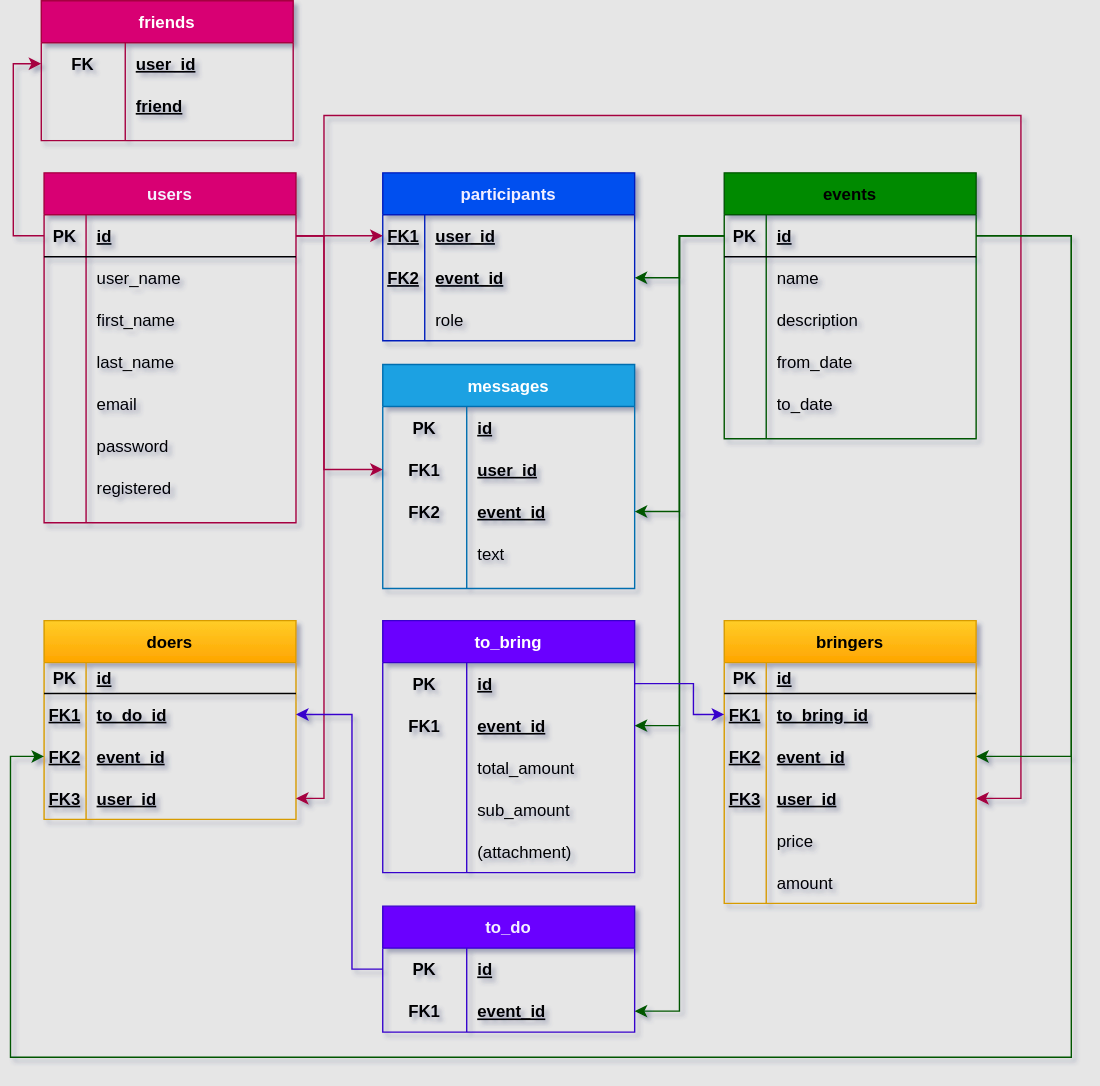
Above: uml_db_plan_c.svg in kispamach/turtle-event (draw.io), before the change. Source tidied: cells renumbered, new cells last; positions are measured from the earlier drawing's top-left corner, leaving out a move shared by most shapes.
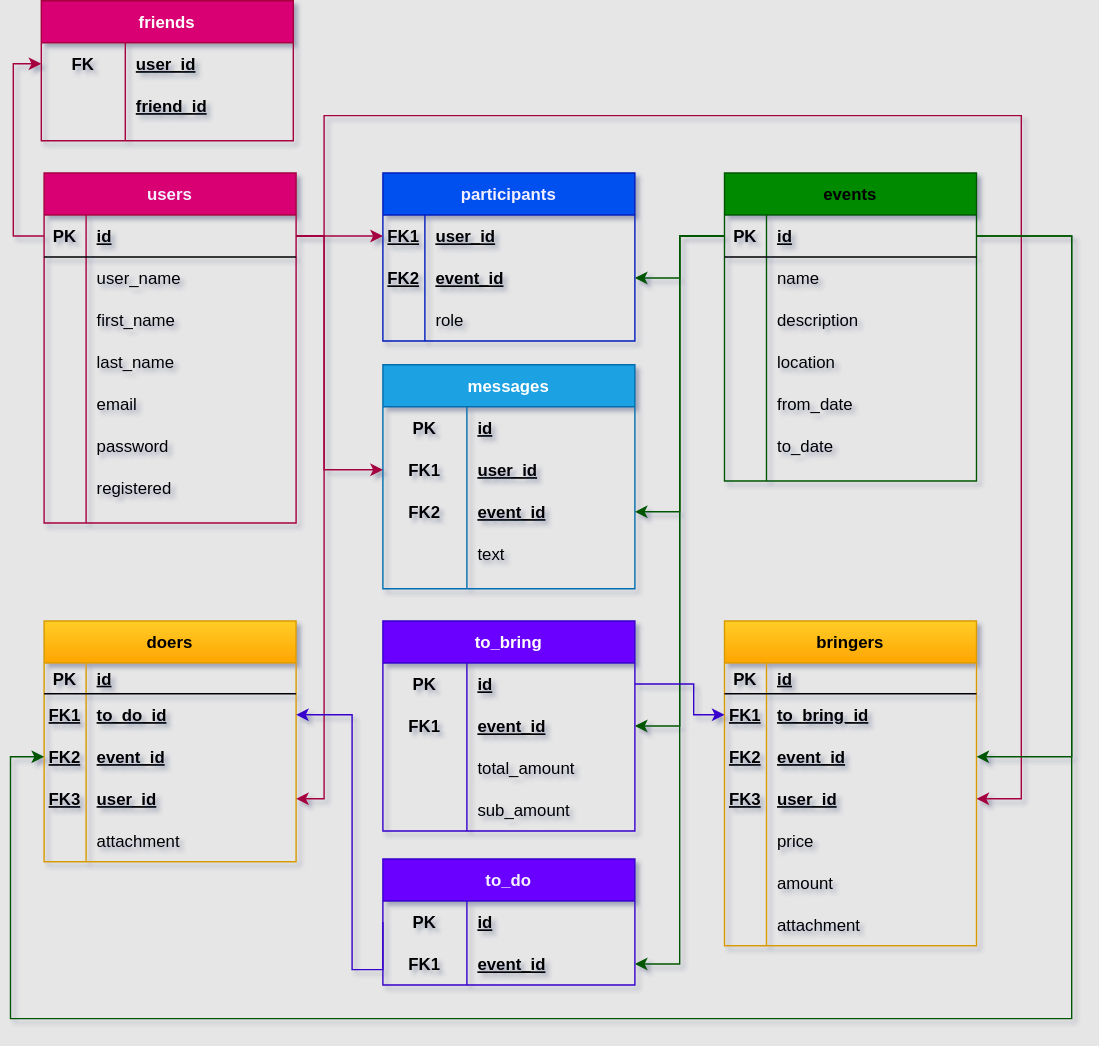
The same diagram one commit later.

The edit, as a diff of the source:
```diff
@@ -99,7 +99,7 @@
       <mxGeometry x="30" width="150" height="30" as="geometry" />
     </mxCell>
     <mxCell id="34" value="events" style="shape=table;startSize=30;rowLines=0;fontStyle=1;align=center;fillColor=#008a00;strokeColor=#005700;fontColor=#000000;" parent="1" vertex="1">
-      <mxGeometry x="510" y="123" width="180" height="190" as="geometry" />
+      <mxGeometry x="510" y="123" width="180" height="220" as="geometry" />
     </mxCell>
     <mxCell id="35" style="shape=partialRectangle;fillColor=none;top=0;left=0;bottom=1;right=0;points=[[0,0.5],[1,0.5]];portConstraint=eastwest;fontColor=#000000;" parent="34" vertex="1">
       <mxGeometry y="30" width="180" height="30" as="geometry" />
@@ -128,8 +128,17 @@
     <mxCell id="43" value="description" style="shape=partialRectangle;fillColor=none;top=0;left=0;bottom=0;right=0;align=left;spacingLeft=6;overflow=hidden;fontColor=#000000;" parent="41" vertex="1">
       <mxGeometry x="30" width="150" height="30" as="geometry" />
     </mxCell>
+    <mxCell id="138" style="shape=partialRectangle;fillColor=none;top=0;left=0;bottom=0;right=0;fontColor=#000000;" parent="34" vertex="1">
+      <mxGeometry y="120" width="180" height="30" as="geometry" />
+    </mxCell>
+    <mxCell id="139" style="shape=partialRectangle;fillColor=none;top=0;left=0;bottom=0;right=0;overflow=hidden;fontColor=#000000;" parent="138" vertex="1">
+      <mxGeometry width="30" height="30" as="geometry" />
+    </mxCell>
+    <mxCell id="140" value="location" style="shape=partialRectangle;fillColor=none;top=0;left=0;bottom=0;right=0;align=left;spacingLeft=6;overflow=hidden;fontColor=#000000;" parent="138" vertex="1">
+      <mxGeometry x="30" width="150" height="30" as="geometry" />
+    </mxCell>
     <mxCell id="44" style="shape=partialRectangle;fillColor=none;top=0;left=0;bottom=0;right=0;fontColor=#000000;" parent="34" vertex="1">
-      <mxGeometry y="120" width="180" height="30" as="geometry" />
+      <mxGeometry y="150" width="180" height="30" as="geometry" />
     </mxCell>
     <mxCell id="45" style="shape=partialRectangle;fillColor=none;top=0;left=0;bottom=0;right=0;overflow=hidden;fontColor=#000000;" parent="44" vertex="1">
       <mxGeometry width="30" height="30" as="geometry" />
@@ -138,7 +147,7 @@
       <mxGeometry x="30" width="150" height="30" as="geometry" />
     </mxCell>
     <mxCell id="47" style="shape=partialRectangle;fillColor=none;top=0;left=0;bottom=0;right=0;fontColor=#000000;" parent="34" vertex="1">
-      <mxGeometry y="150" width="180" height="30" as="geometry" />
+      <mxGeometry y="180" width="180" height="30" as="geometry" />
     </mxCell>
     <mxCell id="48" style="shape=partialRectangle;fillColor=none;top=0;left=0;bottom=0;right=0;overflow=hidden;fontColor=#000000;" parent="47" vertex="1">
       <mxGeometry width="30" height="30" as="geometry" />
@@ -186,7 +195,7 @@
       <mxGeometry x="60" width="120" height="30" as="geometry" />
     </mxCell>
     <mxCell id="63" value="bringers" style="shape=table;startSize=30;rowLines=0;fontStyle=1;align=center;gradientColor=#ffa500;fillColor=#ffcd28;strokeColor=#d79b00;fontColor=#000000;" parent="1" vertex="1">
-      <mxGeometry x="510" y="443" width="180" height="202" as="geometry" />
+      <mxGeometry x="510" y="443" width="180" height="232" as="geometry" />
     </mxCell>
     <mxCell id="64" style="shape=partialRectangle;fillColor=none;top=0;left=0;bottom=1;right=0;fontColor=#000000;" parent="63" vertex="1">
       <mxGeometry y="30" width="180" height="22" as="geometry" />
@@ -242,8 +251,17 @@
     <mxCell id="81" value="amount" style="shape=partialRectangle;fillColor=none;top=0;left=0;bottom=0;right=0;align=left;spacingLeft=6;overflow=hidden;fontColor=#000000;" parent="79" vertex="1">
       <mxGeometry x="30" width="150" height="30" as="geometry" />
     </mxCell>
+    <mxCell id="141" style="shape=partialRectangle;fillColor=none;top=0;left=0;bottom=0;right=0;fontColor=#000000;" parent="63" vertex="1">
+      <mxGeometry y="202" width="180" height="30" as="geometry" />
+    </mxCell>
+    <mxCell id="142" style="shape=partialRectangle;fillColor=none;top=0;left=0;bottom=0;right=0;overflow=hidden;fontColor=#000000;" parent="141" vertex="1">
+      <mxGeometry width="30" height="30" as="geometry" />
+    </mxCell>
+    <mxCell id="143" value="attachment" style="shape=partialRectangle;fillColor=none;top=0;left=0;bottom=0;right=0;align=left;spacingLeft=6;overflow=hidden;fontColor=#000000;" parent="141" vertex="1">
+      <mxGeometry x="30" width="150" height="30" as="geometry" />
+    </mxCell>
     <mxCell id="82" value="to_bring" style="shape=table;startSize=30;rowLines=0;fontStyle=1;align=center;fillColor=#6a00ff;strokeColor=#3700CC;fontColor=#ffffff;" parent="1" vertex="1">
-      <mxGeometry x="266" y="443" width="180" height="180" as="geometry" />
+      <mxGeometry x="266" y="443" width="180" height="150" as="geometry" />
     </mxCell>
     <mxCell id="83" style="shape=partialRectangle;fillColor=none;top=0;left=0;bottom=0;right=0;points=[[0,0.5],[1,0.5]];portConstraint=eastwest;fontColor=#000000;" parent="82" vertex="1">
       <mxGeometry y="30" width="180" height="30" as="geometry" />
@@ -281,15 +299,6 @@
     <mxCell id="94" value="sub_amount" style="shape=partialRectangle;fillColor=none;top=0;left=0;bottom=0;right=0;align=left;spacingLeft=6;fontStyle=0;overflow=hidden;fontColor=#000000;" parent="92" vertex="1">
       <mxGeometry x="60" width="120" height="30" as="geometry" />
     </mxCell>
-    <mxCell id="95" style="shape=partialRectangle;fillColor=none;top=0;left=0;bottom=0;right=0;fontColor=#000000;" parent="82" vertex="1">
-      <mxGeometry y="150" width="180" height="30" as="geometry" />
-    </mxCell>
-    <mxCell id="96" style="shape=partialRectangle;fillColor=none;top=0;left=0;bottom=0;right=0;fontStyle=1;overflow=hidden;fontColor=#000000;" parent="95" vertex="1">
-      <mxGeometry width="60" height="30" as="geometry" />
-    </mxCell>
-    <mxCell id="97" value="(attachment)" style="shape=partialRectangle;fillColor=none;top=0;left=0;bottom=0;right=0;align=left;spacingLeft=6;fontStyle=0;overflow=hidden;fontColor=#000000;" parent="95" vertex="1">
-      <mxGeometry x="60" width="120" height="30" as="geometry" />
-    </mxCell>
     <mxCell id="98" value="friends" style="shape=table;startSize=30;rowLines=0;fontStyle=1;align=center;fillColor=#d80073;strokeColor=#A50040;fontColor=#ffffff;" parent="1" vertex="1">
       <mxGeometry x="22" width="180" height="100" as="geometry" />
     </mxCell>
@@ -308,14 +317,14 @@
     <mxCell id="103" style="shape=partialRectangle;fillColor=none;top=0;left=0;bottom=0;right=0;fontStyle=1;overflow=hidden;fontColor=#000000;" parent="102" vertex="1">
       <mxGeometry width="60" height="30" as="geometry" />
     </mxCell>
-    <mxCell id="104" value="friend" style="shape=partialRectangle;fillColor=none;top=0;left=0;bottom=0;right=0;align=left;spacingLeft=6;fontStyle=5;overflow=hidden;fontColor=#000000;" parent="102" vertex="1">
+    <mxCell id="104" value="friend_id" style="shape=partialRectangle;fillColor=none;top=0;left=0;bottom=0;right=0;align=left;spacingLeft=6;fontStyle=5;overflow=hidden;fontColor=#000000;" parent="102" vertex="1">
       <mxGeometry x="60" width="120" height="30" as="geometry" />
     </mxCell>
     <mxCell id="105" style="edgeStyle=orthogonalEdgeStyle;rounded=0;jettySize=auto;html=1;exitX=0;exitY=0.5;exitDx=0;exitDy=0;entryX=0;entryY=0.5;entryDx=0;entryDy=0;fontColor=#FFFFFF;fillColor=#d80073;strokeColor=#A50040;" parent="1" edge="1" source="3" target="99">
       <mxGeometry relative="1" as="geometry" />
     </mxCell>
     <mxCell id="106" value="to_do" style="shape=table;startSize=30;rowLines=0;fontStyle=1;align=center;fillColor=#6a00ff;strokeColor=#3700CC;fontColor=#F4F0FF;" parent="1" vertex="1">
-      <mxGeometry x="266" y="647" width="180" height="90" as="geometry" />
+      <mxGeometry x="266" y="613" width="180" height="90" as="geometry" />
     </mxCell>
     <mxCell id="107" style="shape=partialRectangle;fillColor=none;top=0;left=0;bottom=0;right=0;points=[[0,0.5],[1,0.5]];portConstraint=eastwest;fontColor=#000000;" parent="106" vertex="1">
       <mxGeometry y="30" width="180" height="30" as="geometry" />
@@ -336,7 +345,7 @@
       <mxGeometry x="60" width="120" height="30" as="geometry" />
     </mxCell>
     <mxCell id="113" value="doers" style="shape=table;startSize=30;rowLines=0;fontStyle=1;align=center;gradientColor=#ffa500;fillColor=#ffcd28;strokeColor=#d79b00;fontColor=#000000;" parent="1" vertex="1">
-      <mxGeometry x="24" y="443" width="180" height="142" as="geometry" />
+      <mxGeometry x="24" y="443" width="180" height="172" as="geometry" />
     </mxCell>
     <mxCell id="114" style="shape=partialRectangle;fillColor=none;top=0;left=0;bottom=1;right=0;fontColor=#000000;" parent="113" vertex="1">
       <mxGeometry y="30" width="180" height="22" as="geometry" />
@@ -374,6 +383,15 @@
     <mxCell id="125" value="user_id" style="shape=partialRectangle;fillColor=none;top=0;left=0;bottom=0;right=0;align=left;spacingLeft=6;overflow=hidden;fontColor=#000000;fontStyle=5;" parent="123" vertex="1">
       <mxGeometry x="30" width="150" height="30" as="geometry" />
     </mxCell>
+    <mxCell id="144" style="shape=partialRectangle;fillColor=none;top=0;left=0;bottom=0;right=0;fontColor=#000000;" parent="113" vertex="1">
+      <mxGeometry y="142" width="180" height="30" as="geometry" />
+    </mxCell>
+    <mxCell id="145" style="shape=partialRectangle;fillColor=none;top=0;left=0;bottom=0;right=0;overflow=hidden;fontColor=#000000;fontStyle=0;" parent="144" vertex="1">
+      <mxGeometry width="30" height="30" as="geometry" />
+    </mxCell>
+    <mxCell id="146" value="attachment" style="shape=partialRectangle;fillColor=none;top=0;left=0;bottom=0;right=0;align=left;spacingLeft=6;overflow=hidden;fontColor=#000000;fontStyle=0;" parent="144" vertex="1">
+      <mxGeometry x="30" width="150" height="30" as="geometry" />
+    </mxCell>
     <mxCell id="126" style="edgeStyle=orthogonalEdgeStyle;rounded=0;jettySize=auto;html=1;exitX=1;exitY=0.5;exitDx=0;exitDy=0;entryX=0;entryY=0.5;entryDx=0;entryDy=0;fontColor=#FFFFFF;fillColor=#d80073;strokeColor=#A50040;" parent="1" edge="1" source="3" target="25">
       <mxGeometry relative="1" as="geometry" />
     </mxCell>
@@ -427,8 +445,8 @@
       <mxGeometry relative="1" as="geometry">
         <Array as="points">
           <mxPoint x="758" y="168" />
-          <mxPoint x="758" y="755" />
-          <mxPoint y="755" />
+          <mxPoint x="758" y="727" />
+          <mxPoint y="727" />
           <mxPoint y="540" />
         </Array>
       </mxGeometry>
```
